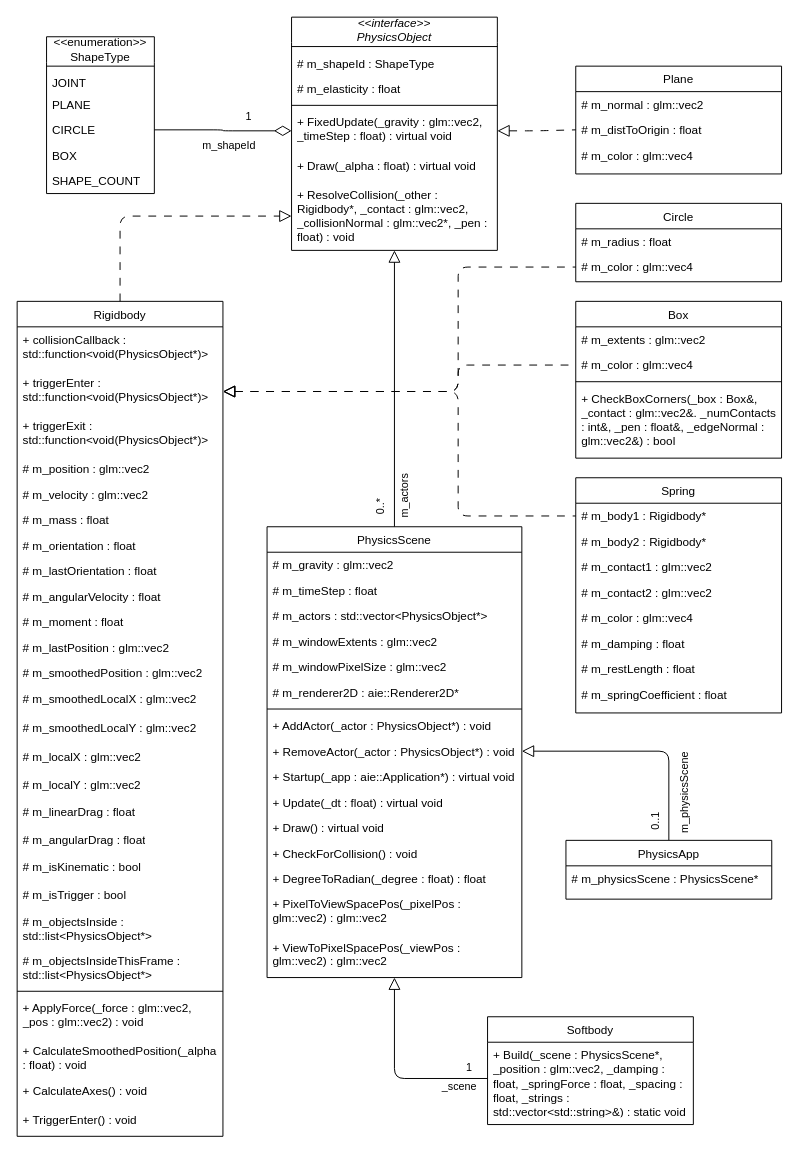
E-Dawkins/AIE_PhysicsForGames keeps this draw.io diagram as Physics-C++/documents/PhysicsEngine.drawio. Above is the earlier version. Source tidied: cells renumbered, new cells numbered last; positions are measured from the earlier drawing's top-left corner, leaving out a move shared by most shapes. Both pictures are drawn from the tidied source at 98%, with x=0, y=0 at pixel (17, 17).
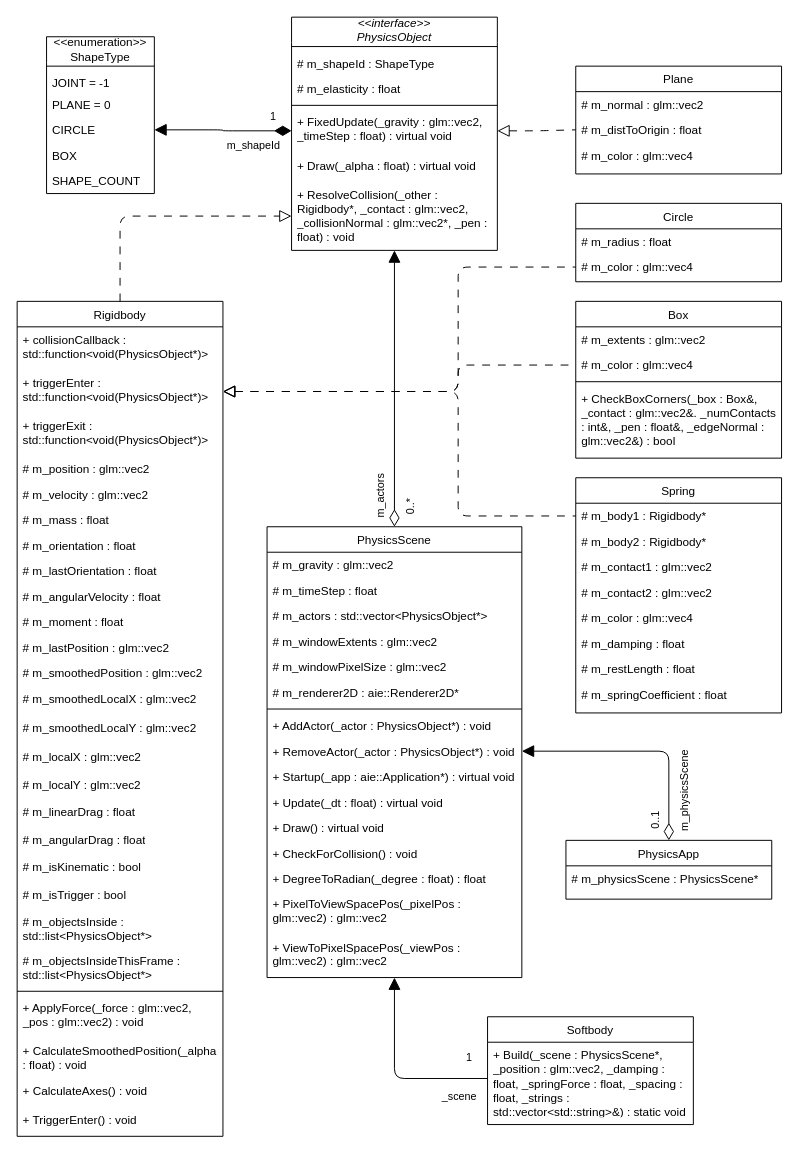
The same diagram, later.

Commit message (it also covers changes not shown here):
Changed the class diagram

Unchanged cells that the change refers to:
```xml
<mxCell id="2" value="&lt;&lt;interface&gt;&gt;&#10;PhysicsObject" style="swimlane;fontStyle=2;align=center;verticalAlign=middle;horizontal=1;startSize=26;rounded=0;shadow=0;strokeWidth=1;swimlaneLine=0;" parent="1" vertex="1">
  <mxGeometry x="280" width="210" height="238" as="geometry" />
</mxCell>
<mxCell id="7" value="+ FixedUpdate(_gravity : glm::vec2, _timeStep : float) : virtual void" style="text;align=left;verticalAlign=top;spacingLeft=4;spacingRight=4;overflow=hidden;points=[[0,0.5],[1,0.5]];portConstraint=eastwest;whiteSpace=wrap;" parent="2" vertex="1">
  <mxGeometry y="94" width="210" height="44" as="geometry" />
</mxCell>
<mxCell id="66" value="+ Build(_scene : PhysicsScene*, _position : glm::vec2, _damping : float, _springForce : float, _spacing : float, _strings : std::vector&lt;std::string&gt;&amp;) : static void" style="text;align=left;verticalAlign=top;spacingLeft=4;spacingRight=4;overflow=hidden;points=[[0,0.5],[1,0.5]];portConstraint=eastwest;rounded=0;shadow=0;html=0;whiteSpace=wrap;" parent="65" vertex="1">
  <mxGeometry y="26" width="210" height="74" as="geometry" />
</mxCell>
<mxCell id="67" value="&lt;&lt;enumeration&gt;&gt;&#10;ShapeType" style="swimlane;fontStyle=0;align=center;verticalAlign=middle;horizontal=1;startSize=26;rounded=0;shadow=0;strokeWidth=1;whiteSpace=wrap;spacingBottom=0;fillColor=default;strokeColor=default;perimeterSpacing=1;swimlaneLine=0;" parent="1" vertex="1">
  <mxGeometry x="30" y="20" width="110" height="160" as="geometry" />
</mxCell>
<mxCell id="71" value="CIRCLE" style="text;align=left;verticalAlign=top;spacingLeft=4;spacingRight=4;overflow=hidden;points=[[0,0.5],[1,0.5]];portConstraint=eastwest;rounded=0;shadow=0;html=0;" parent="67" vertex="1">
  <mxGeometry y="82" width="110" height="26" as="geometry" />
</mxCell>
<mxCell id="82" value="PhysicsScene" style="swimlane;fontStyle=0;align=center;verticalAlign=top;horizontal=1;startSize=26;rounded=0;shadow=0;strokeWidth=1;" parent="1" vertex="1">
  <mxGeometry x="255" y="520" width="260" height="460" as="geometry" />
</mxCell>
<mxCell id="91" value="+ RemoveActor(_actor : PhysicsObject*) : void" style="text;align=left;verticalAlign=top;spacingLeft=4;spacingRight=4;overflow=hidden;points=[[0,0.5],[1,0.5]];portConstraint=eastwest;rounded=0;shadow=0;html=0;whiteSpace=wrap;" parent="82" vertex="1">
  <mxGeometry y="216" width="260" height="26" as="geometry" />
</mxCell>
<mxCell id="102" value="PhysicsApp" style="swimlane;fontStyle=0;align=center;verticalAlign=top;horizontal=1;startSize=26;rounded=0;shadow=0;strokeWidth=1;" parent="1" vertex="1">
  <mxGeometry x="560" y="840" width="210" height="60" as="geometry" />
</mxCell>
```

What changed in the source:
```diff
@@
-    <mxCell id="64" style="edgeStyle=elbowEdgeStyle;rounded=1;jettySize=auto;html=1;exitX=0;exitY=0.5;exitDx=0;exitDy=0;entryX=0.5;entryY=1;entryDx=0;entryDy=0;endArrow=block;endFill=0;endSize=10;" parent="1" edge="1" source="66" target="82">
+    <mxCell id="64" style="edgeStyle=elbowEdgeStyle;rounded=1;jettySize=auto;html=1;exitX=0;exitY=0.5;exitDx=0;exitDy=0;entryX=0.5;entryY=1;entryDx=0;entryDy=0;endArrow=block;endFill=1;endSize=10;" parent="1" edge="1" source="66" target="82">
       <mxGeometry relative="1" as="geometry">
         <Array as="points">
           <mxPoint x="385" y="1030" />
         </Array>
       </mxGeometry>
     </mxCell>
@@
-    <mxCell id="69" value="JOINT" style="text;align=left;verticalAlign=top;spacingLeft=4;spacingRight=4;overflow=hidden;" parent="67" vertex="1">
+    <mxCell id="69" value="JOINT = -1" style="text;align=left;verticalAlign=top;spacingLeft=4;spacingRight=4;overflow=hidden;" parent="67" vertex="1">
       <mxGeometry y="34" width="110" height="22" as="geometry" />
     </mxCell>
-    <mxCell id="70" value="PLANE" style="text;align=left;verticalAlign=top;spacingLeft=4;spacingRight=4;overflow=hidden;rounded=0;shadow=0;html=0;" parent="67" vertex="1">
+    <mxCell id="70" value="PLANE = 0" style="text;align=left;verticalAlign=top;spacingLeft=4;spacingRight=4;overflow=hidden;rounded=0;shadow=0;html=0;" parent="67" vertex="1">
       <mxGeometry y="56" width="110" height="26" as="geometry" />
     </mxCell>
@@
-    <mxCell id="74" style="edgeStyle=elbowEdgeStyle;rounded=1;jettySize=auto;html=1;exitX=1;exitY=0.5;exitDx=0;exitDy=0;entryX=0;entryY=0.5;entryDx=0;entryDy=0;endArrow=diamondThin;endFill=0;endSize=15;startArrow=none;startFill=0;startSize=15;" parent="1" edge="1" source="71" target="7">
+    <mxCell id="74" style="edgeStyle=elbowEdgeStyle;rounded=1;jettySize=auto;html=1;exitX=1;exitY=0.5;exitDx=0;exitDy=0;entryX=0;entryY=0.5;entryDx=0;entryDy=0;endArrow=diamondThin;endFill=1;endSize=15;startArrow=block;startFill=1;startSize=10;" parent="1" edge="1" source="71" target="7">
       <mxGeometry relative="1" as="geometry" />
     </mxCell>
     <mxCell id="75" value="1" style="edgeLabel;html=1;align=center;verticalAlign=middle;" parent="74" vertex="1">
       <mxGeometry x="-0.66" y="3" relative="1" as="geometry">
-        <mxPoint x="71" y="-12" as="offset" />
+        <mxPoint x="96" y="-12" as="offset" />
       </mxGeometry>
     </mxCell>
     <mxCell id="76" value="m_shapeId" style="edgeLabel;html=1;align=center;verticalAlign=middle;" parent="74" vertex="1">
       <mxGeometry x="-0.66" relative="1" as="geometry">
-        <mxPoint x="51" y="15" as="offset" />
+        <mxPoint x="76" y="15" as="offset" />
       </mxGeometry>
     </mxCell>
-    <mxCell id="77" style="edgeStyle=elbowEdgeStyle;rounded=1;jettySize=auto;html=1;exitX=0.5;exitY=0;exitDx=0;exitDy=0;entryX=0.5;entryY=1;entryDx=0;entryDy=0;endArrow=block;endFill=0;endSize=10;elbow=vertical;" parent="1" edge="1" source="82" target="2">
-      <mxGeometry relative="1" as="geometry">
-        <Array as="points">
-          <mxPoint x="380" y="530" />
-          <mxPoint x="380" y="490" />
-        </Array>
-      </mxGeometry>
+    <mxCell id="77" style="rounded=1;jettySize=auto;html=1;exitX=0.5;exitY=0;exitDx=0;exitDy=0;entryX=0.5;entryY=1;entryDx=0;entryDy=0;endArrow=block;endFill=1;endSize=10;elbow=vertical;startArrow=diamondThin;startFill=0;startSize=15;" parent="1" edge="1" source="82" target="2">
+      <mxGeometry relative="1" as="geometry" />
     </mxCell>
     <mxCell id="78" value="0..*" style="edgeLabel;html=1;align=center;verticalAlign=middle;rotation=-90;" parent="77" vertex="1">
       <mxGeometry x="-0.68" y="1" relative="1" as="geometry">
-        <mxPoint x="-14" y="9" as="offset" />
+        <mxPoint x="16" y="26" as="offset" />
       </mxGeometry>
     </mxCell>
     <mxCell id="79" value="m_actors" style="edgeLabel;html=1;align=center;verticalAlign=middle;rotation=-90;" parent="77" vertex="1">
       <mxGeometry x="-0.72" y="3" relative="1" as="geometry">
-        <mxPoint x="12" y="-8" as="offset" />
+        <mxPoint x="-12" y="9" as="offset" />
       </mxGeometry>
     </mxCell>
     <mxCell id="80" value="1" style="edgeLabel;html=1;align=center;verticalAlign=middle;rotation=0;" parent="77" vertex="1">
       <mxGeometry x="-0.68" y="1" relative="1" as="geometry">
-        <mxPoint x="76" y="579" as="offset" />
+        <mxPoint x="76" y="586" as="offset" />
       </mxGeometry>
     </mxCell>
     <mxCell id="81" value="_scene" style="edgeLabel;html=1;align=center;verticalAlign=middle;rotation=0;" parent="77" vertex="1">
       <mxGeometry x="-0.72" y="3" relative="1" as="geometry">
-        <mxPoint x="68" y="592" as="offset" />
+        <mxPoint x="68" y="619" as="offset" />
       </mxGeometry>
     </mxCell>
@@
-    <mxCell id="99" style="edgeStyle=elbowEdgeStyle;rounded=1;jettySize=auto;html=1;exitX=0.5;exitY=0;exitDx=0;exitDy=0;entryX=1;entryY=0.5;entryDx=0;entryDy=0;endArrow=block;endFill=0;endSize=10;" parent="1" edge="1" source="102" target="91">
+    <mxCell id="99" style="edgeStyle=elbowEdgeStyle;rounded=1;jettySize=auto;html=1;exitX=0.5;exitY=0;exitDx=0;exitDy=0;entryX=1;entryY=0.5;entryDx=0;entryDy=0;endArrow=block;endFill=1;endSize=10;startArrow=diamondThin;startFill=0;startSize=15;" parent="1" edge="1" source="102" target="91">
       <mxGeometry relative="1" as="geometry">
         <Array as="points">
           <mxPoint x="665" y="810" />
         </Array>
       </mxGeometry>
     </mxCell>
     <mxCell id="100" value="0..1" style="edgeLabel;html=1;align=center;verticalAlign=middle;rotation=-90;" parent="99" vertex="1">
       <mxGeometry x="-0.74" y="3" relative="1" as="geometry">
-        <mxPoint x="-12" y="13" as="offset" />
+        <mxPoint x="-12" y="12" as="offset" />
       </mxGeometry>
     </mxCell>
     <mxCell id="101" value="m_physicsScene" style="edgeLabel;html=1;align=center;verticalAlign=middle;rotation=-90;" parent="99" vertex="1">
       <mxGeometry x="-0.61" y="3" relative="1" as="geometry">
-        <mxPoint x="18" as="offset" />
+        <mxPoint x="18" y="-2" as="offset" />
       </mxGeometry>
     </mxCell>
```
